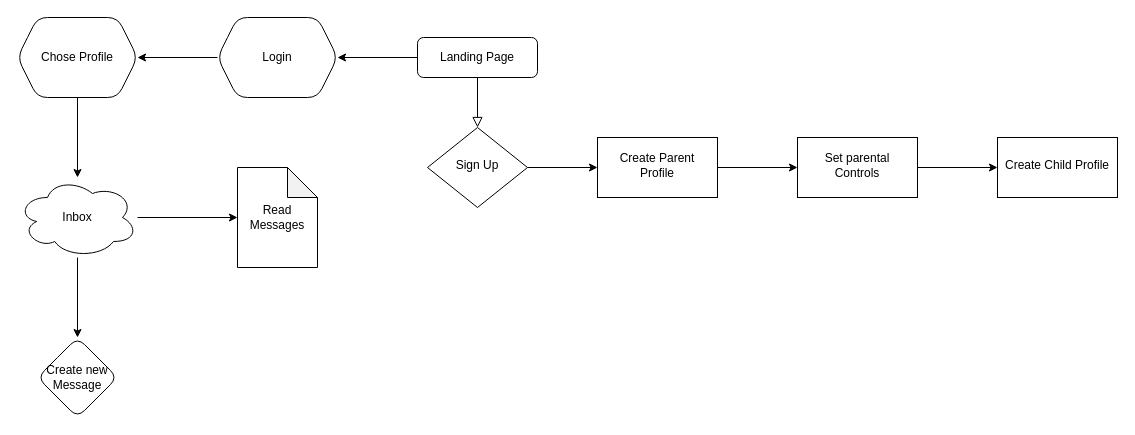
Before: Untitled Diagram.drawio in Samicap/Final-Project, a draw.io diagram. Source tidied: cells renumbered, new cells numbered last; positions are measured from the earlier drawing's top-left corner, leaving out a move shared by most shapes. Both pictures are drawn from the tidied source at 100%, with x=0, y=0 at pixel (17, 17).
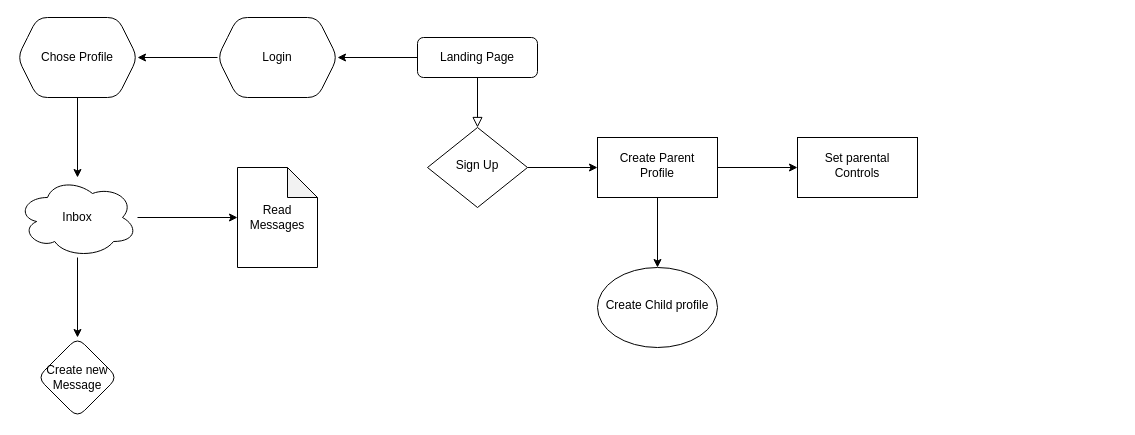
Above is the later version.

Commit message:
Updated child profile

The change refers to these unchanged cells:
```xml
<mxCell id="8" value="Create Parent Profile" style="whiteSpace=wrap;html=1;shadow=0;strokeWidth=1;spacing=6;spacingTop=-4;" parent="1" vertex="1">
  <mxGeometry x="580" y="120" width="120" height="60" as="geometry" />
</mxCell>
<mxCell id="10" value="Set parental Controls" style="whiteSpace=wrap;html=1;shadow=0;strokeWidth=1;spacing=6;spacingTop=-4;" parent="1" vertex="1">
  <mxGeometry x="780" y="120" width="120" height="60" as="geometry" />
</mxCell>
```

The edit, as a diff of the source:
```diff
@@
+    <mxCell id="21" style="edgeStyle=orthogonalEdgeStyle;rounded=0;jettySize=auto;html=1;" parent="1" edge="1" source="8" target="22">
+      <mxGeometry relative="1" as="geometry" />
+    </mxCell>
@@
-    <mxCell id="9" style="edgeStyle=orthogonalEdgeStyle;rounded=0;jettySize=auto;html=1;" parent="1" edge="1" source="10" target="11">
-      <mxGeometry relative="1" as="geometry" />
-    </mxCell>
@@
-    <mxCell id="11" value="Create Child Profile" style="whiteSpace=wrap;html=1;shadow=0;strokeWidth=1;spacing=6;spacingTop=-4;" parent="1" vertex="1">
-      <mxGeometry x="980" y="120" width="120" height="60" as="geometry" />
-    </mxCell>
@@
+    <mxCell id="22" value="Create Child profile" style="ellipse;whiteSpace=wrap;html=1;shadow=0;strokeWidth=1;spacing=6;spacingTop=-4;" parent="1" vertex="1">
+      <mxGeometry x="580" y="250" width="120" height="80" as="geometry" />
+    </mxCell>
```
